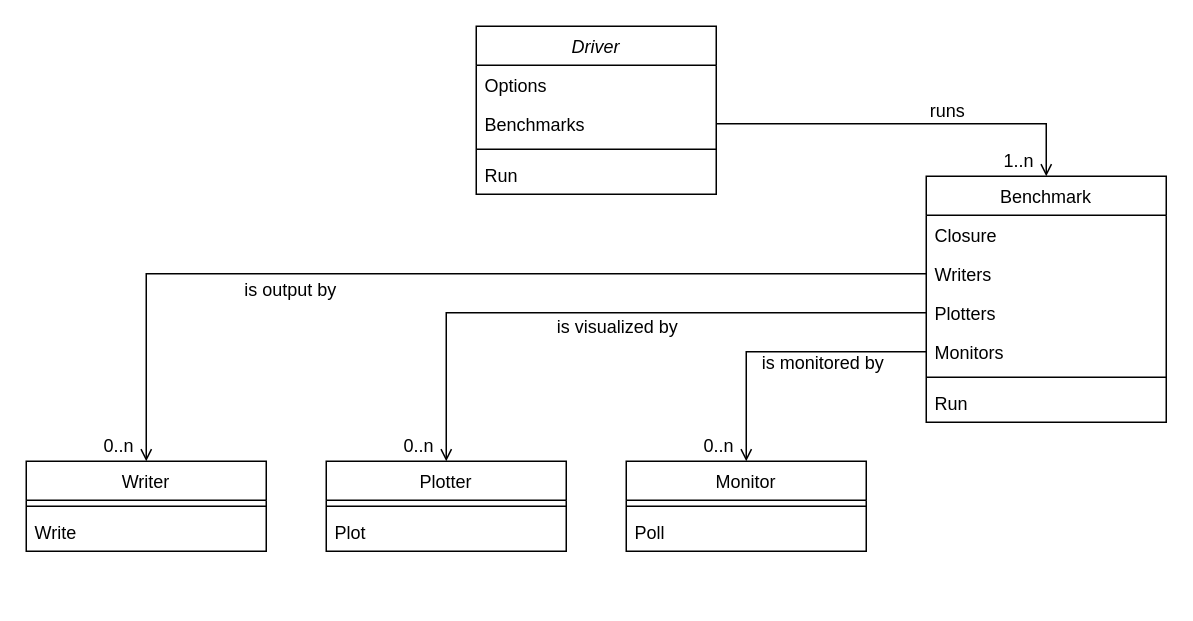
The draw.io diagram thesis-master/src/diagrams/Organization.drawio in simbleau/simbleau, before the edit. Source tidied: cells renumbered, new cells numbered last; positions are measured from the earlier drawing's top-left corner, leaving out a move shared by most shapes. Both pictures are drawn from the tidied source at 150%, with x=0, y=0 at pixel (26, 26).
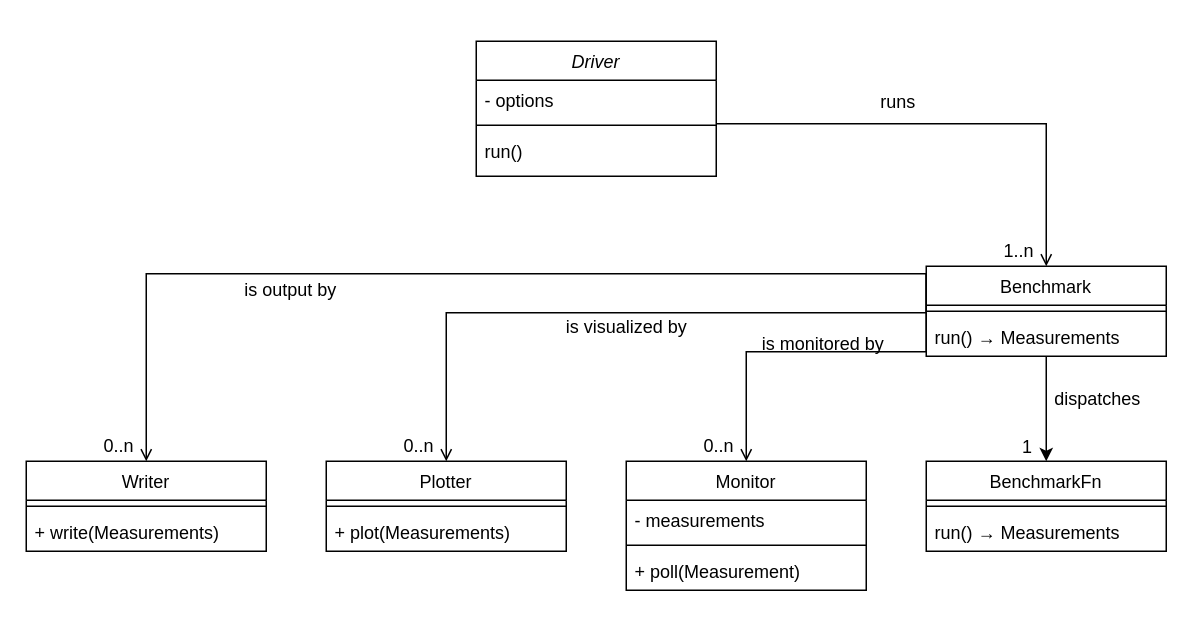
The same page after the edit.

Commit message (it also covers changes not shown here):
Adjusted verbage and diagrams

Unchanged cells that the change refers to:
```xml
<mxCell id="23" value="Writer" style="swimlane;fontStyle=0;align=center;verticalAlign=top;horizontal=1;startSize=26;rounded=0;shadow=0;strokeWidth=1;" parent="1" vertex="1">
  <mxGeometry y="290" width="160" height="60" as="geometry" />
</mxCell>
<mxCell id="29" value="Plotter" style="swimlane;fontStyle=0;align=center;verticalAlign=top;horizontal=1;startSize=26;rounded=0;shadow=0;strokeWidth=1;" parent="1" vertex="1">
  <mxGeometry x="200" y="290" width="160" height="60" as="geometry" />
</mxCell>
```

The edit, as a diff of the source:
```diff
@@
     <mxCell id="2" value="Driver" style="swimlane;fontStyle=2;align=center;verticalAlign=top;horizontal=1;startSize=26;rounded=0;shadow=0;strokeWidth=1;" parent="1" vertex="1">
-      <mxGeometry x="300" width="160" height="112" as="geometry" />
+      <mxGeometry x="300" y="10" width="160" height="90" as="geometry" />
     </mxCell>
-    <mxCell id="3" value="Options" style="text;align=left;verticalAlign=top;spacingLeft=4;spacingRight=4;overflow=hidden;" parent="2" vertex="1">
+    <mxCell id="3" value="- options" style="text;align=left;verticalAlign=top;spacingLeft=4;spacingRight=4;overflow=hidden;" parent="2" vertex="1">
       <mxGeometry y="26" width="160" height="26" as="geometry" />
     </mxCell>
-    <mxCell id="4" value="Benchmarks" style="text;align=left;verticalAlign=top;spacingLeft=4;spacingRight=4;overflow=hidden;points=[[0,0.5],[1,0.5]];portConstraint=eastwest;rounded=0;shadow=0;html=0;" parent="2" vertex="1">
-      <mxGeometry y="52" width="160" height="26" as="geometry" />
-    </mxCell>
     <mxCell id="5" style="line;html=1;strokeWidth=1;align=left;verticalAlign=middle;spacingTop=-1;spacingLeft=3;spacingRight=3;labelPosition=right;" parent="2" vertex="1">
-      <mxGeometry y="78" width="160" height="8" as="geometry" />
+      <mxGeometry y="52" width="160" height="8" as="geometry" />
     </mxCell>
-    <mxCell id="6" value="Run" style="text;align=left;verticalAlign=top;spacingLeft=4;spacingRight=4;overflow=hidden;" parent="2" vertex="1">
-      <mxGeometry y="86" width="160" height="26" as="geometry" />
+    <mxCell id="6" value="run()" style="text;align=left;verticalAlign=top;spacingLeft=4;spacingRight=4;overflow=hidden;" parent="2" vertex="1">
+      <mxGeometry y="60" width="160" height="26" as="geometry" />
     </mxCell>
     <mxCell id="7" value="Monitor" style="swimlane;fontStyle=0;align=center;verticalAlign=top;horizontal=1;startSize=26;rounded=0;shadow=0;strokeWidth=1;" parent="1" vertex="1">
-      <mxGeometry x="400" y="290" width="160" height="60" as="geometry" />
+      <mxGeometry x="400" y="290" width="160" height="86" as="geometry" />
     </mxCell>
+    <mxCell id="35" value="- measurements" style="text;align=left;verticalAlign=top;spacingLeft=4;spacingRight=4;overflow=hidden;" parent="7" vertex="1">
+      <mxGeometry y="26" width="160" height="26" as="geometry" />
+    </mxCell>
     <mxCell id="8" style="line;html=1;strokeWidth=1;align=left;verticalAlign=middle;spacingTop=-1;spacingLeft=3;spacingRight=3;labelPosition=right;" parent="7" vertex="1">
-      <mxGeometry y="26" width="160" height="8" as="geometry" />
+      <mxGeometry y="52" width="160" height="8" as="geometry" />
     </mxCell>
-    <mxCell id="9" value="Poll" style="text;align=left;verticalAlign=top;spacingLeft=4;spacingRight=4;overflow=hidden;" parent="7" vertex="1">
-      <mxGeometry y="34" width="160" height="26" as="geometry" />
+    <mxCell id="9" value="+ poll(Measurement)" style="text;align=left;verticalAlign=top;spacingLeft=4;spacingRight=4;overflow=hidden;" parent="7" vertex="1">
+      <mxGeometry y="60" width="160" height="26" as="geometry" />
     </mxCell>
     <mxCell id="10" value="Benchmark" style="swimlane;fontStyle=0;align=center;verticalAlign=top;horizontal=1;startSize=26;rounded=0;shadow=0;strokeWidth=1;" parent="1" vertex="1">
-      <mxGeometry x="600" y="100" width="160" height="164" as="geometry" />
+      <mxGeometry x="600" y="160" width="160" height="60" as="geometry" />
     </mxCell>
-    <mxCell id="11" value="Closure" style="text;align=left;verticalAlign=top;spacingLeft=4;spacingRight=4;overflow=hidden;rounded=0;shadow=0;html=0;" parent="10" vertex="1">
-      <mxGeometry y="26" width="160" height="26" as="geometry" />
-    </mxCell>
-    <mxCell id="12" value="Writers" style="text;align=left;verticalAlign=top;spacingLeft=4;spacingRight=4;overflow=hidden;points=[[0,0.5],[1,0.5]];portConstraint=eastwest;rounded=0;shadow=0;html=0;" parent="10" vertex="1">
-      <mxGeometry y="52" width="160" height="26" as="geometry" />
-    </mxCell>
-    <mxCell id="13" value="Plotters" style="text;align=left;verticalAlign=top;spacingLeft=4;spacingRight=4;overflow=hidden;points=[[0,0.5],[1,0.5]];portConstraint=eastwest;rounded=0;shadow=0;html=0;" parent="10" vertex="1">
-      <mxGeometry y="78" width="160" height="26" as="geometry" />
-    </mxCell>
-    <mxCell id="14" value="Monitors" style="text;align=left;verticalAlign=top;spacingLeft=4;spacingRight=4;overflow=hidden;points=[[0,0.5],[1,0.5]];portConstraint=eastwest;rounded=0;shadow=0;html=0;" parent="10" vertex="1">
-      <mxGeometry y="104" width="160" height="26" as="geometry" />
-    </mxCell>
     <mxCell id="15" style="line;html=1;strokeWidth=1;align=left;verticalAlign=middle;spacingTop=-1;spacingLeft=3;spacingRight=3;labelPosition=right;" parent="10" vertex="1">
-      <mxGeometry y="130" width="160" height="8" as="geometry" />
+      <mxGeometry y="26" width="160" height="8" as="geometry" />
     </mxCell>
-    <mxCell id="16" value="Run" style="text;align=left;verticalAlign=top;spacingLeft=4;spacingRight=4;overflow=hidden;" parent="10" vertex="1">
-      <mxGeometry y="138" width="160" height="26" as="geometry" />
+    <mxCell id="16" value="run() → Measurements" style="text;align=left;verticalAlign=top;spacingLeft=4;spacingRight=4;overflow=hidden;fontStyle=0;" parent="10" vertex="1">
+      <mxGeometry y="34" width="160" height="26" as="geometry" />
     </mxCell>
-    <mxCell id="17" style="endArrow=open;shadow=0;strokeWidth=1;rounded=0;endFill=1;edgeStyle=elbowEdgeStyle;elbow=vertical;exitX=1;exitY=0.5;exitDx=0;exitDy=0;" parent="1" edge="1" source="4" target="10">
+    <mxCell id="17" style="endArrow=open;shadow=0;strokeWidth=1;rounded=0;endFill=1;edgeStyle=elbowEdgeStyle;elbow=vertical;exitX=1;exitY=0.5;exitDx=0;exitDy=0;" parent="1" edge="1" target="10">
       <mxGeometry x="0.5" y="41" relative="1" as="geometry">
+        <mxPoint x="460" y="65" as="sourcePoint" />
         <Array as="points">
           <mxPoint x="550" y="65" />
           <mxPoint x="510" y="110" />
           <mxPoint x="540" y="130" />
         </Array>
         <mxPoint x="-40" y="32" as="offset" />
       </mxGeometry>
     </mxCell>
@@
     <mxCell id="19" value="runs" style="text;html=1;align=center;verticalAlign=middle;labelBackgroundColor=none;rounded=0;shadow=0;strokeWidth=1;fontSize=12;" parent="17" vertex="1">
       <mxGeometry x="0.5" y="49" relative="1" as="geometry">
-        <mxPoint x="-38" y="40" as="offset" />
+        <mxPoint x="-149" y="-31" as="offset" />
       </mxGeometry>
     </mxCell>
-    <mxCell id="20" style="endArrow=open;shadow=0;strokeWidth=1;rounded=0;endFill=1;edgeStyle=elbowEdgeStyle;elbow=vertical;exitX=0;exitY=0.5;exitDx=0;exitDy=0;entryX=0.5;entryY=0;entryDx=0;entryDy=0;" parent="1" edge="1" source="14" target="7">
+    <mxCell id="20" style="endArrow=open;shadow=0;strokeWidth=1;rounded=0;endFill=1;edgeStyle=elbowEdgeStyle;elbow=vertical;exitX=0;exitY=0.5;exitDx=0;exitDy=0;entryX=0.5;entryY=0;entryDx=0;entryDy=0;" parent="1" edge="1" target="7">
       <mxGeometry x="0.5" y="41" relative="1" as="geometry">
+        <mxPoint x="600" y="165" as="sourcePoint" />
         <Array as="points">
           <mxPoint x="540" y="217" />
         </Array>
         <mxPoint x="-40" y="32" as="offset" />
       </mxGeometry>
     </mxCell>
@@
-    <mxCell id="25" value="Write" style="text;align=left;verticalAlign=top;spacingLeft=4;spacingRight=4;overflow=hidden;" parent="23" vertex="1">
+    <mxCell id="25" value="+ write(Measurements)" style="text;align=left;verticalAlign=top;spacingLeft=4;spacingRight=4;overflow=hidden;" parent="23" vertex="1">
       <mxGeometry y="34" width="160" height="26" as="geometry" />
     </mxCell>
-    <mxCell id="26" style="endArrow=open;shadow=0;strokeWidth=1;rounded=0;endFill=1;edgeStyle=elbowEdgeStyle;elbow=vertical;exitX=0;exitY=0.5;exitDx=0;exitDy=0;entryX=0.5;entryY=0;entryDx=0;entryDy=0;" parent="1" edge="1" source="12" target="23">
+    <mxCell id="26" style="endArrow=open;shadow=0;strokeWidth=1;rounded=0;endFill=1;edgeStyle=elbowEdgeStyle;elbow=vertical;exitX=0;exitY=0.5;exitDx=0;exitDy=0;entryX=0.5;entryY=0;entryDx=0;entryDy=0;" parent="1" edge="1" target="23">
       <mxGeometry x="0.5" y="41" relative="1" as="geometry">
+        <mxPoint x="600" y="165" as="sourcePoint" />
         <Array as="points">
           <mxPoint x="440" y="165" />
           <mxPoint x="300" y="152" />
           <mxPoint x="540" y="160" />
         </Array>
         <mxPoint x="-40" y="32" as="offset" />
       </mxGeometry>
     </mxCell>
@@
-    <mxCell id="31" value="Plot" style="text;align=left;verticalAlign=top;spacingLeft=4;spacingRight=4;overflow=hidden;" parent="29" vertex="1">
+    <mxCell id="31" value="+ plot(Measurements)" style="text;align=left;verticalAlign=top;spacingLeft=4;spacingRight=4;overflow=hidden;" parent="29" vertex="1">
       <mxGeometry y="34" width="160" height="26" as="geometry" />
     </mxCell>
-    <mxCell id="32" style="endArrow=open;shadow=0;strokeWidth=1;rounded=0;endFill=1;edgeStyle=elbowEdgeStyle;elbow=vertical;exitX=0;exitY=0.5;exitDx=0;exitDy=0;entryX=0.5;entryY=0;entryDx=0;entryDy=0;" parent="1" edge="1" source="13" target="29">
+    <mxCell id="32" style="endArrow=open;shadow=0;strokeWidth=1;rounded=0;endFill=1;edgeStyle=elbowEdgeStyle;elbow=vertical;exitX=0;exitY=0.5;exitDx=0;exitDy=0;entryX=0.5;entryY=0;entryDx=0;entryDy=0;" parent="1" edge="1" target="29">
       <mxGeometry x="0.5" y="41" relative="1" as="geometry">
+        <mxPoint x="600" y="165" as="sourcePoint" />
         <Array as="points">
           <mxPoint x="450" y="191" />
           <mxPoint x="340" y="217" />
         </Array>
         <mxPoint x="-40" y="32" as="offset" />
       </mxGeometry>
     </mxCell>
@@
+    <mxCell id="36" value="BenchmarkFn" style="swimlane;fontStyle=0;align=center;verticalAlign=top;horizontal=1;startSize=26;rounded=0;shadow=0;strokeWidth=1;" parent="1" vertex="1">
+      <mxGeometry x="600" y="290" width="160" height="60" as="geometry" />
+    </mxCell>
+    <mxCell id="37" style="line;html=1;strokeWidth=1;align=left;verticalAlign=middle;spacingTop=-1;spacingLeft=3;spacingRight=3;labelPosition=right;" parent="36" vertex="1">
+      <mxGeometry y="26" width="160" height="8" as="geometry" />
+    </mxCell>
+    <mxCell id="38" value="run() → Measurements" style="text;align=left;verticalAlign=top;spacingLeft=4;spacingRight=4;overflow=hidden;fontStyle=0;" parent="36" vertex="1">
+      <mxGeometry y="34" width="160" height="26" as="geometry" />
+    </mxCell>
+    <mxCell id="39" style="endArrow=classic;html=1;rounded=0;entryX=0.5;entryY=0;entryDx=0;entryDy=0;" parent="1" edge="1" target="36">
+      <mxGeometry relative="1" as="geometry">
+        <mxPoint x="680" y="220" as="sourcePoint" />
+      </mxGeometry>
+    </mxCell>
+    <mxCell id="40" value="dispatches" style="text;html=1;align=center;verticalAlign=middle;labelBackgroundColor=none;rounded=0;shadow=0;strokeWidth=1;fontSize=12;" parent="1" vertex="1">
+      <mxGeometry x="720" y="250" as="geometry">
+        <mxPoint x="-7" y="-2" as="offset" />
+      </mxGeometry>
+    </mxCell>
+    <mxCell id="41" value="1" style="align=right;verticalAlign=bottom;labelBackgroundColor=none;fontSize=12;" parent="1" vertex="1">
+      <mxGeometry x="672" y="289" as="geometry" />
+    </mxCell>
```
